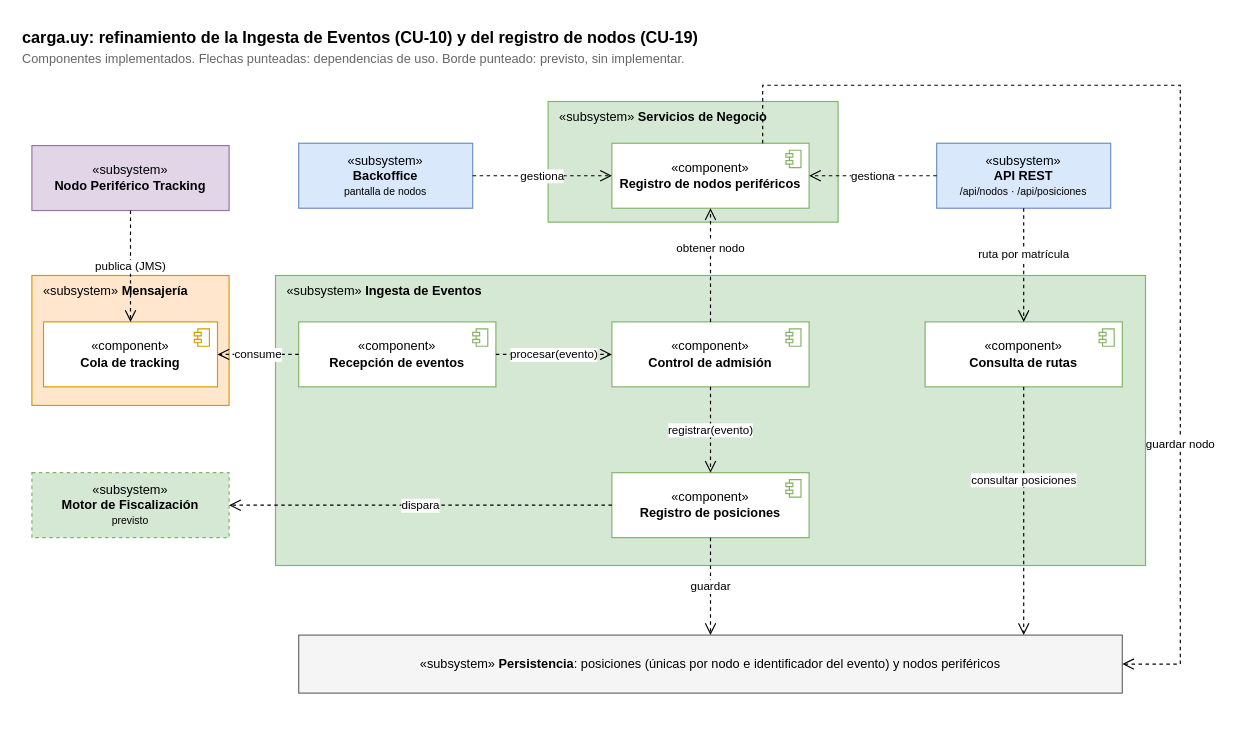
LucasLazogue/TSE-carga-uy keeps this draw.io diagram as docs/informe/fuentes-drawio/carga-uy-refinamiento-ingesta.drawio. Above is the earlier version. Source tidied: cells renumbered, new cells numbered last; positions are measured from the earlier drawing's top-left corner, leaving out a move shared by most shapes. Both pictures are drawn from the tidied source at 116%, with x=0, y=0 at pixel (20, 20).
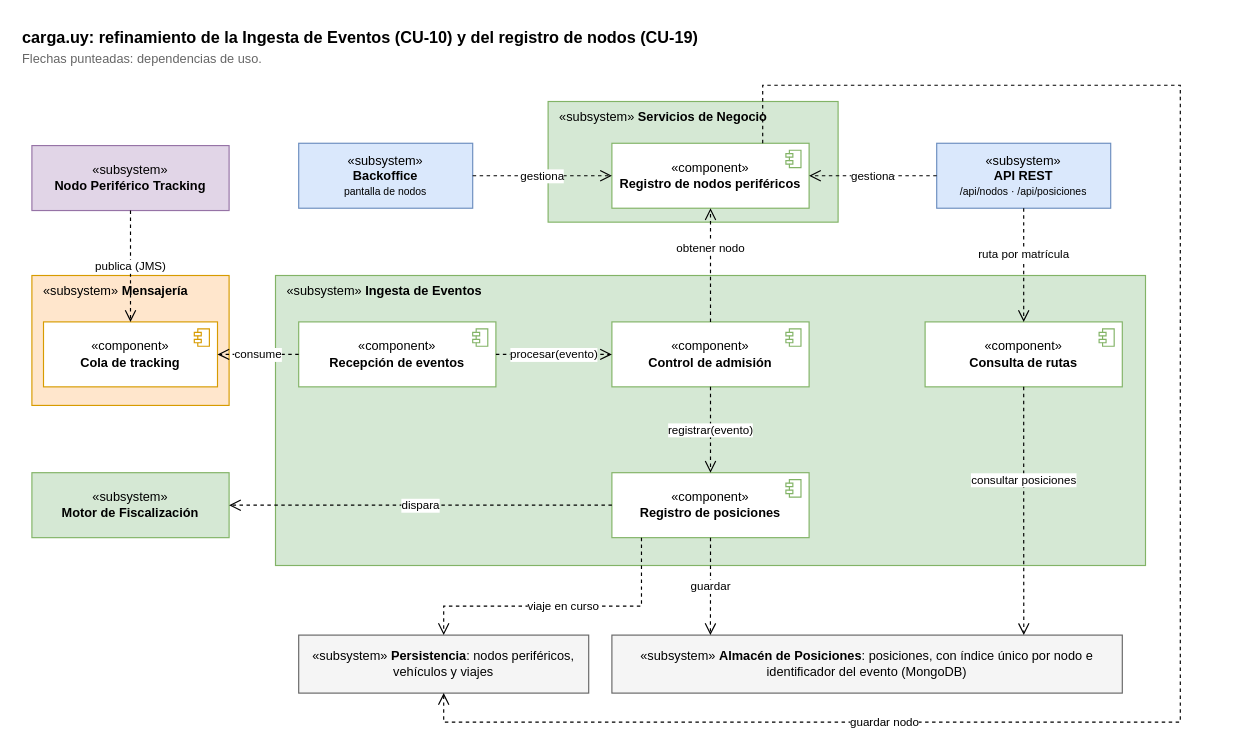
The same diagram, later.

Commit message (it also covers changes not shown here):
docs: posiciones en mongodb en la vista logica y la da07

The change refers to these unchanged cells:
```xml
<mxCell id="12" value="«component»&lt;br&gt;&lt;b&gt;Consulta de rutas&lt;/b&gt;" style="rounded=0;whiteSpace=wrap;html=1;fillColor=#ffffff;strokeColor=#82b366;fontSize=11;" parent="7" vertex="1">
  <mxGeometry x="560" y="40" width="170" height="56" as="geometry" />
</mxCell>
<mxCell id="14" value="«component»&lt;br&gt;&lt;b&gt;Registro de posiciones&lt;/b&gt;" style="rounded=0;whiteSpace=wrap;html=1;fillColor=#ffffff;strokeColor=#82b366;fontSize=11;" parent="7" vertex="1">
  <mxGeometry x="290" y="170" width="170" height="56" as="geometry" />
</mxCell>
<mxCell id="17" value="«component»&lt;br&gt;&lt;b&gt;Registro de nodos periféricos&lt;/b&gt;" style="rounded=0;whiteSpace=wrap;html=1;fillColor=#ffffff;strokeColor=#82b366;fontSize=11;" parent="16" vertex="1">
  <mxGeometry x="55" y="36" width="170" height="56" as="geometry" />
</mxCell>
```

Change to the diagram source:
```diff
@@
-    <mxCell id="2" value="&lt;b&gt;carga.uy: refinamiento de la Ingesta de Eventos (CU-10) y del registro de nodos (CU-19)&lt;/b&gt;&lt;br&gt;&lt;font color=&quot;#666666&quot; style=&quot;font-size:11px&quot;&gt;Componentes implementados. Flechas punteadas: dependencias de uso. Borde punteado: previsto, sin implementar.&lt;/font&gt;" style="text;html=1;align=left;verticalAlign=top;whiteSpace=wrap;fontSize=14;" parent="1" vertex="1">
+    <mxCell id="2" value="&lt;b&gt;carga.uy: refinamiento de la Ingesta de Eventos (CU-10) y del registro de nodos (CU-19)&lt;/b&gt;&lt;br&gt;&lt;font color=&quot;#666666&quot; style=&quot;font-size:11px&quot;&gt;Flechas punteadas: dependencias de uso.&lt;/font&gt;" style="text;html=1;align=left;verticalAlign=top;whiteSpace=wrap;fontSize=14;" parent="1" vertex="1">
       <mxGeometry width="900" height="44" as="geometry" />
     </mxCell>
@@
-    <mxCell id="21" value="«subsystem»&lt;br&gt;&lt;b&gt;Motor de Fiscalización&lt;/b&gt;&lt;br&gt;&lt;font style=&quot;font-size:9px&quot;&gt;previsto&lt;/font&gt;" style="rounded=0;whiteSpace=wrap;html=1;fillColor=#d5e8d4;strokeColor=#82b366;fontSize=11;dashed=1;" parent="1" vertex="1">
+    <mxCell id="21" value="«subsystem»&lt;br&gt;&lt;b&gt;Motor de Fiscalización&lt;/b&gt;" style="rounded=0;whiteSpace=wrap;html=1;fillColor=#d5e8d4;strokeColor=#82b366;fontSize=11;" parent="1" vertex="1">
       <mxGeometry x="10" y="390" width="170" height="56" as="geometry" />
     </mxCell>
-    <mxCell id="22" value="«subsystem» &lt;b&gt;Persistencia&lt;/b&gt;: posiciones (únicas por nodo e identificador del evento) y nodos periféricos" style="rounded=0;whiteSpace=wrap;html=1;fillColor=#f5f5f5;strokeColor=#666666;fontSize=11;" parent="1" vertex="1">
-      <mxGeometry x="240" y="530" width="710" height="50" as="geometry" />
+    <mxCell id="22" value="«subsystem» &lt;b&gt;Persistencia&lt;/b&gt;: nodos periféricos, vehículos y viajes" style="rounded=0;whiteSpace=wrap;html=1;fillColor=#f5f5f5;strokeColor=#666666;fontSize=11;" parent="1" vertex="1">
+      <mxGeometry x="240" y="530" width="250" height="50" as="geometry" />
     </mxCell>
+    <mxCell id="35" value="«subsystem» &lt;b&gt;Almacén de Posiciones&lt;/b&gt;: posiciones, con índice único por nodo e identificador del evento (MongoDB)" style="rounded=0;whiteSpace=wrap;html=1;fillColor=#f5f5f5;strokeColor=#666666;fontSize=11;" parent="1" vertex="1">
+      <mxGeometry x="510" y="530" width="440" height="50" as="geometry" />
+    </mxCell>
@@
-    <mxCell id="28" value="guardar" style="endArrow=open;endSize=8;dashed=1;html=1;rounded=0;fontSize=10;labelBackgroundColor=#FFFFFF;edgeStyle=orthogonalEdgeStyle;exitX=0.5;exitY=1;exitDx=0;exitDy=0;entryX=0.5;entryY=0;entryDx=0;entryDy=0;" parent="1" edge="1" source="14" target="22">
+    <mxCell id="28" value="guardar" style="endArrow=open;endSize=8;dashed=1;html=1;rounded=0;fontSize=10;labelBackgroundColor=#FFFFFF;edgeStyle=orthogonalEdgeStyle;exitX=0.5;exitY=1;exitDx=0;exitDy=0;entryX=0.193;entryY=0;entryDx=0;entryDy=0;" parent="1" edge="1" source="14" target="35">
       <mxGeometry relative="1" as="geometry" />
     </mxCell>
-    <mxCell id="29" value="consultar posiciones" style="endArrow=open;endSize=8;dashed=1;html=1;rounded=0;fontSize=10;labelBackgroundColor=#FFFFFF;edgeStyle=orthogonalEdgeStyle;exitX=0.5;exitY=1;exitDx=0;exitDy=0;entryX=0.8803;entryY=0;entryDx=0;entryDy=0;" parent="1" edge="1" source="12" target="22">
+    <mxCell id="29" value="consultar posiciones" style="endArrow=open;endSize=8;dashed=1;html=1;rounded=0;fontSize=10;labelBackgroundColor=#FFFFFF;edgeStyle=orthogonalEdgeStyle;exitX=0.5;exitY=1;exitDx=0;exitDy=0;entryX=0.807;entryY=0;entryDx=0;entryDy=0;" parent="1" edge="1" source="12" target="35">
       <mxGeometry x="-0.25" relative="1" as="geometry" />
     </mxCell>
@@
-    <mxCell id="33" value="guardar nodo" style="endArrow=open;endSize=8;dashed=1;html=1;rounded=0;fontSize=10;labelBackgroundColor=#FFFFFF;edgeStyle=orthogonalEdgeStyle;exitX=0.7647;exitY=0;exitDx=0;exitDy=0;entryX=1;entryY=0.5;entryDx=0;entryDy=0;" parent="1" edge="1" source="17" target="22">
+    <mxCell id="33" value="guardar nodo" style="endArrow=open;endSize=8;dashed=1;html=1;rounded=0;fontSize=10;labelBackgroundColor=#FFFFFF;edgeStyle=orthogonalEdgeStyle;exitX=0.7647;exitY=0;exitDx=0;exitDy=0;entryX=0.5;entryY=1;entryDx=0;entryDy=0;" parent="1" edge="1" source="17" target="22">
       <mxGeometry x="0.5" relative="1" as="geometry">
         <Array as="points">
           <mxPoint x="640" y="56" />
           <mxPoint x="1000" y="56" />
-          <mxPoint x="1000" y="555" />
+          <mxPoint x="1000" y="605" />
+          <mxPoint x="365" y="605" />
         </Array>
       </mxGeometry>
     </mxCell>
+    <mxCell id="36" value="viaje en curso" style="endArrow=open;endSize=8;dashed=1;html=1;rounded=0;fontSize=10;labelBackgroundColor=#FFFFFF;edgeStyle=orthogonalEdgeStyle;exitX=0.15;exitY=1;exitDx=0;exitDy=0;entryX=0.5;entryY=0;entryDx=0;entryDy=0;" parent="1" edge="1" source="14" target="22">
+      <mxGeometry relative="1" as="geometry">
+        <Array as="points">
+          <mxPoint x="535" y="505" />
+          <mxPoint x="365" y="505" />
+        </Array>
+      </mxGeometry>
+    </mxCell>
```
